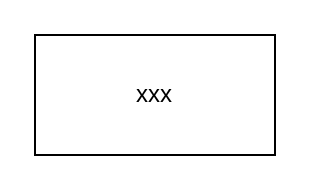
Above: test.drawio in saga/architecture-diagram-studio (draw.io), before the change. Source tidied: cells renumbered, new cells numbered last; positions are measured from the earlier drawing's top-left corner, leaving out a move shared by most shapes. Both pictures are drawn from the tidied source at 200%, with x=0, y=0 at pixel (34, 34).
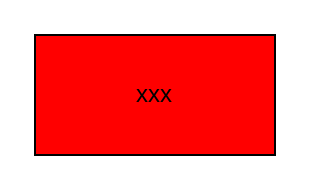
Above is the later version.

Diff of the diagram source:
```diff
@@
 <mxGraphModel>
   <root>
     <mxCell id="0" />
     <mxCell id="1" parent="0" />
-    <mxCell id="2" value="xxx" style="whiteSpace=wrap;html=1;" parent="1" vertex="1">
+    <mxCell id="2" value="xxx" style="whiteSpace=wrap;html=1;fillColor=#ff0000;" parent="1" vertex="1">
       <mxGeometry width="120" height="60" as="geometry" />
     </mxCell>
   </root>
 </mxGraphModel>
```
